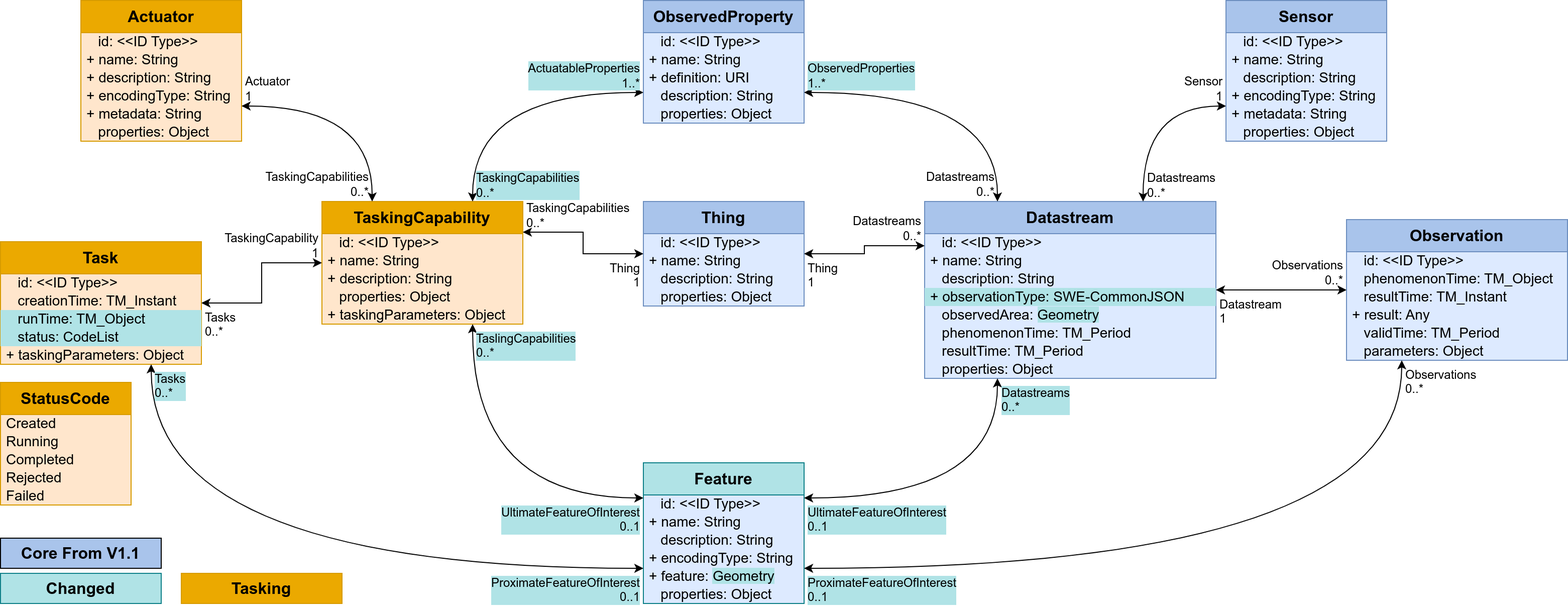
Before: figures/Datamodel-SensorThingsApi-V2-proposal-1-Tasking.drawio.png, a diagram exported from draw.io (opengeospatial/sensorthings). Source tidied: cells renumbered, new cells last; positions are measured from the earlier drawing's top-left corner, leaving out a move shared by most shapes.
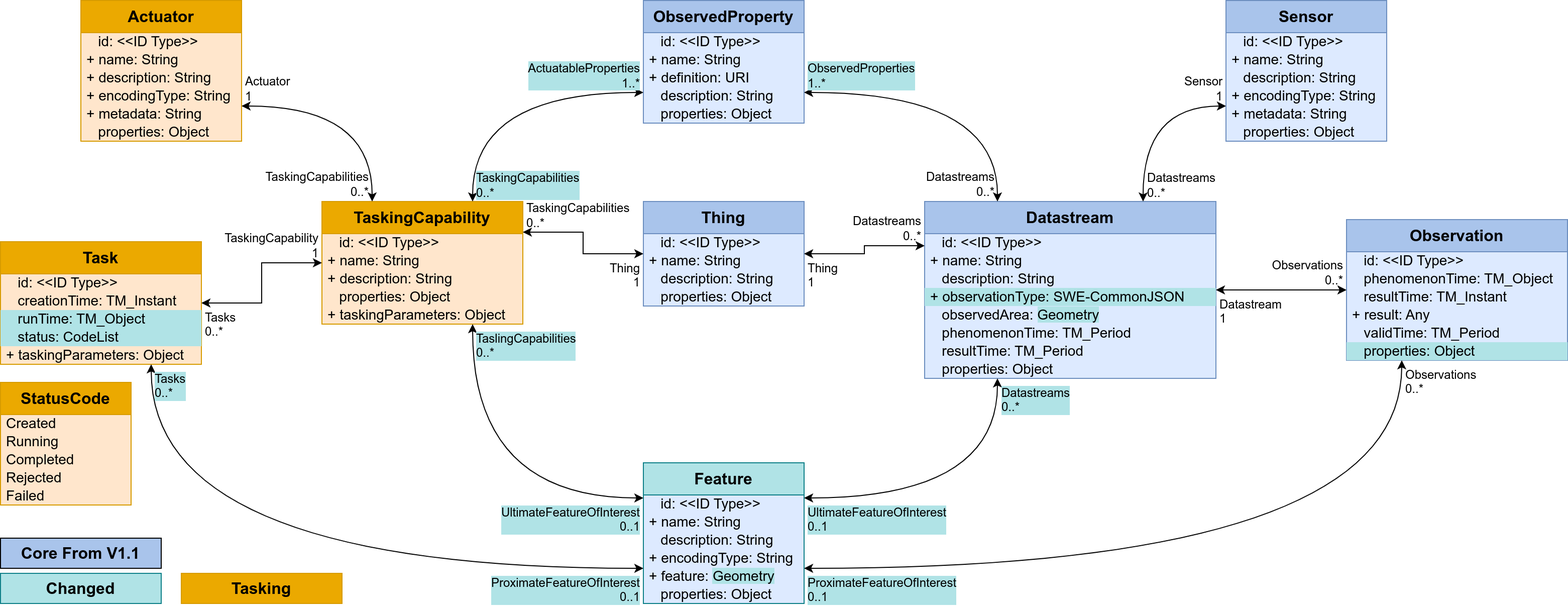
After the change.

Commit message:
Renamed Observation/parameters to properties

Change to the diagram source:
```diff
@@ -77,7 +77,7 @@
     <mxCell id="26" value="&amp;nbsp;&amp;nbsp;&amp;nbsp;validTime:&amp;nbsp;TM_Period" style="text;strokeColor=none;fillColor=none;align=left;verticalAlign=middle;spacingLeft=4;spacingRight=4;overflow=visible;html=1;fontSize=14;" parent="21" vertex="1">
       <mxGeometry y="104" width="220" height="18" as="geometry" />
     </mxCell>
-    <mxCell id="27" value="&amp;nbsp;&amp;nbsp;&amp;nbsp;parameters: Object" style="text;strokeColor=none;fillColor=none;align=left;verticalAlign=middle;spacingLeft=4;spacingRight=4;overflow=visible;html=1;fontSize=14;" parent="21" vertex="1">
+    <mxCell id="27" value="&amp;nbsp;&amp;nbsp;&amp;nbsp;properties: Object" style="text;strokeColor=none;fillColor=#b0e3e6;align=left;verticalAlign=middle;spacingLeft=4;spacingRight=4;overflow=visible;html=1;fontSize=14;" parent="21" vertex="1">
       <mxGeometry y="122" width="220" height="18" as="geometry" />
     </mxCell>
     <mxCell id="28" style="endArrow=classic;startArrow=classic;html=1;rounded=0;exitX=0;exitY=0.5;exitDx=0;exitDy=0;entryX=1;entryY=0.5;entryDx=0;entryDy=0;edgeStyle=orthogonalEdgeStyle;" parent="1" edge="1" source="21" target="2">
```
